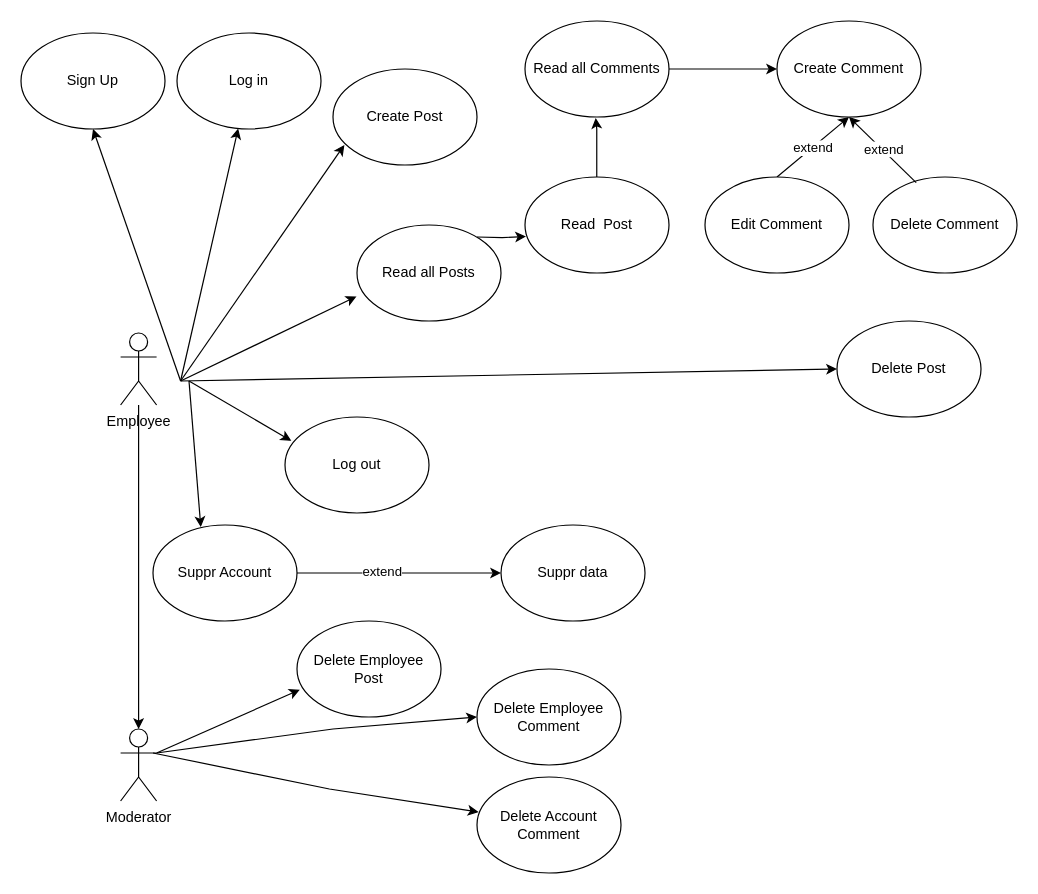
The draw.io diagram AnalyseFonctionnelle.drawio in kaciham/blogreactnative, before the edit. Source tidied: cells renumbered, new cells numbered last; positions are measured from the earlier drawing's top-left corner, leaving out a move shared by most shapes. Both pictures are drawn from the tidied source at 120%, with x=0, y=0 at pixel (20, 20).
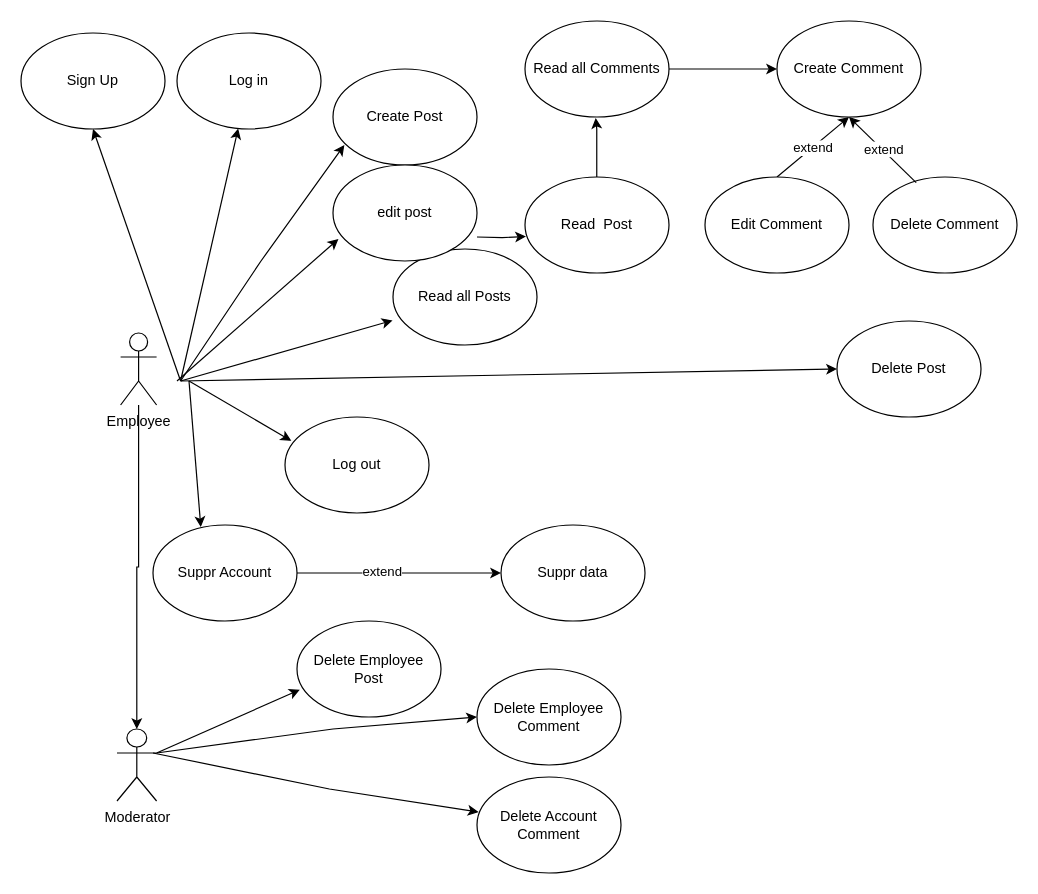
After the change.

The change refers to these unchanged cells:
```xml
<mxCell id="9" value="Create Post" style="ellipse;whiteSpace=wrap;html=1;" parent="1" vertex="1">
  <mxGeometry x="260" y="40" width="120" height="80" as="geometry" />
</mxCell>
```

What changed in the source:
```diff
@@
     <mxCell id="8" style="endArrow=classic;html=1;rounded=0;entryX=0.079;entryY=0.791;entryDx=0;entryDy=0;entryPerimeter=0;" parent="1" edge="1" target="9">
       <mxGeometry relative="1" as="geometry">
         <mxPoint x="133" y="300" as="sourcePoint" />
+        <Array as="points">
+          <mxPoint x="200" y="200" />
+        </Array>
       </mxGeometry>
     </mxCell>
@@
     <mxCell id="12" value="Read all Posts" style="ellipse;whiteSpace=wrap;html=1;" parent="1" vertex="1">
-      <mxGeometry x="280" y="170" width="120" height="80" as="geometry" />
+      <mxGeometry x="310" y="190" width="120" height="80" as="geometry" />
     </mxCell>
@@
     <mxCell id="16" value="Moderator" style="shape=umlActor;verticalLabelPosition=bottom;verticalAlign=top;html=1;outlineConnect=0;" parent="1" vertex="1">
-      <mxGeometry x="83" y="590" width="30" height="60" as="geometry" />
+      <mxGeometry x="80" y="590" width="33" height="60" as="geometry" />
     </mxCell>
@@
+    <mxCell id="40" value="edit post" style="ellipse;whiteSpace=wrap;html=1;" parent="1" vertex="1">
+      <mxGeometry x="260" y="120" width="120" height="80" as="geometry" />
+    </mxCell>
+    <mxCell id="41" style="endArrow=classic;html=1;rounded=0;entryX=0.038;entryY=0.77;entryDx=0;entryDy=0;entryPerimeter=0;" parent="1" edge="1" target="40">
+      <mxGeometry relative="1" as="geometry">
+        <mxPoint x="130" y="300" as="sourcePoint" />
+      </mxGeometry>
+    </mxCell>
```
